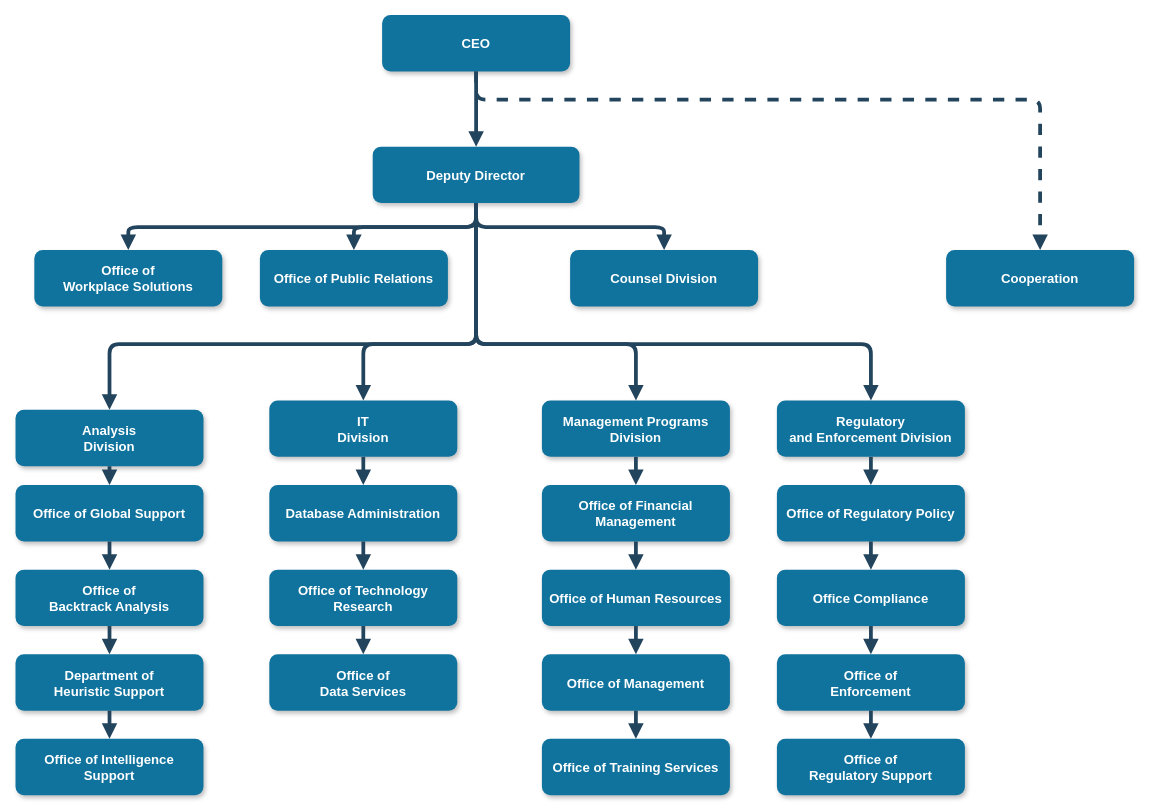
Before: Untitled Diagram.drawio in pjbelbin/microproj, a draw.io diagram. Source tidied: cells renumbered, new cells numbered last; positions are measured from the earlier drawing's top-left corner, leaving out a move shared by most shapes. Both pictures are drawn from the tidied source at 94%, with x=0, y=0 at pixel (15, 15).
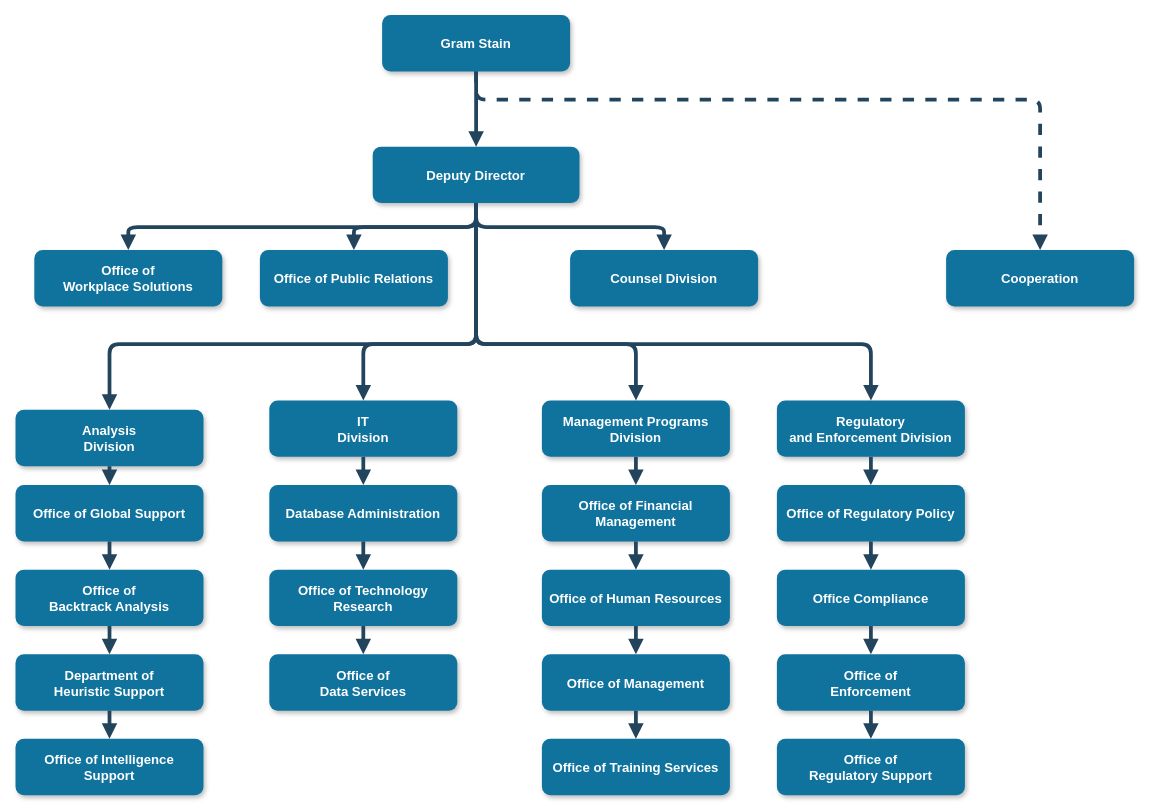
The same diagram, later.

Diff of the diagram source:
```diff
@@
-    <mxCell id="2" value="CEO" style="rounded=1;fillColor=#10739E;strokeColor=none;shadow=1;gradientColor=none;fontStyle=1;fontColor=#FFFFFF;fontSize=14;" parent="1" vertex="1">
+    <mxCell id="2" value="Gram Stain" style="rounded=1;fillColor=#10739E;strokeColor=none;shadow=1;gradientColor=none;fontStyle=1;fontColor=#FFFFFF;fontSize=14;" parent="1" vertex="1">
       <mxGeometry x="390" y="-0.5" width="200" height="60" as="geometry" />
     </mxCell>
```
